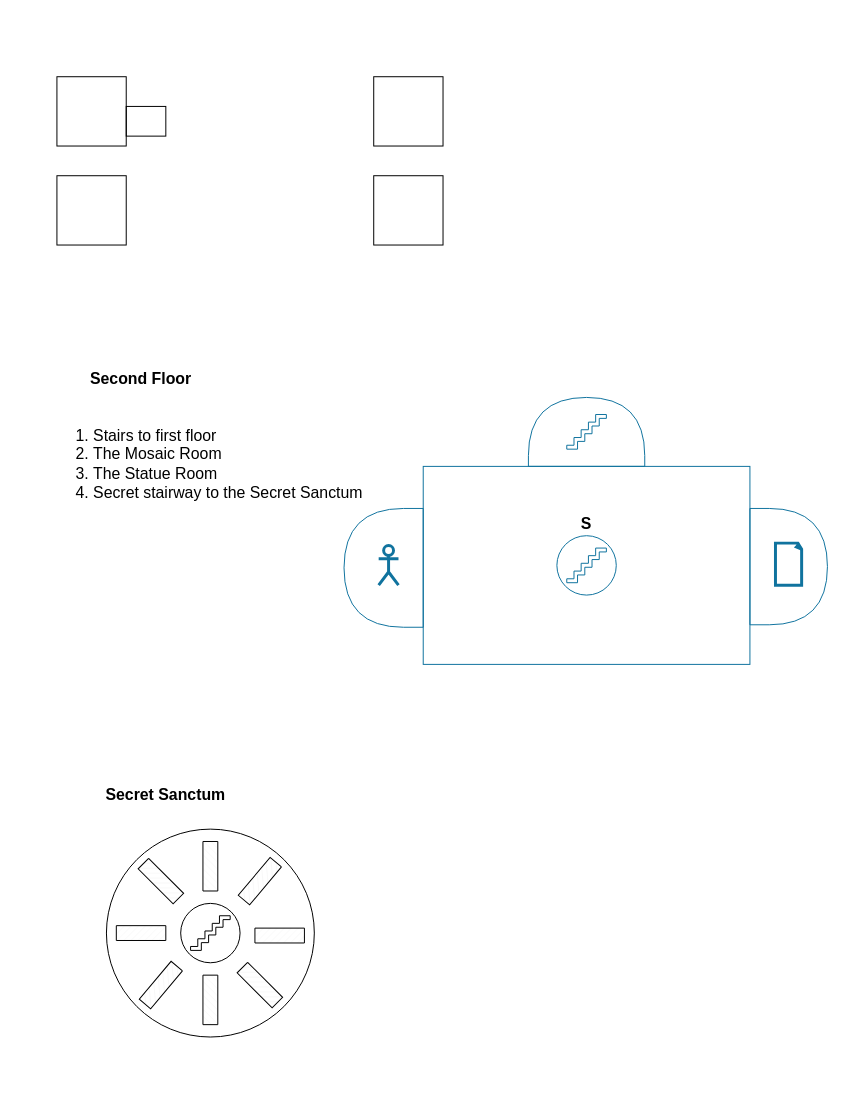
mazarak/games keeps this draw.io diagram as page "chappel" (2 of 2) of chappel.drawio. Above is the earlier version. Source tidied: cells renumbered, new cells numbered last; positions are measured from the earlier drawing's top-left corner, leaving out a move shared by most shapes. Both pictures are drawn from the tidied source at 99%, with x=0, y=0 at pixel (51, 76).
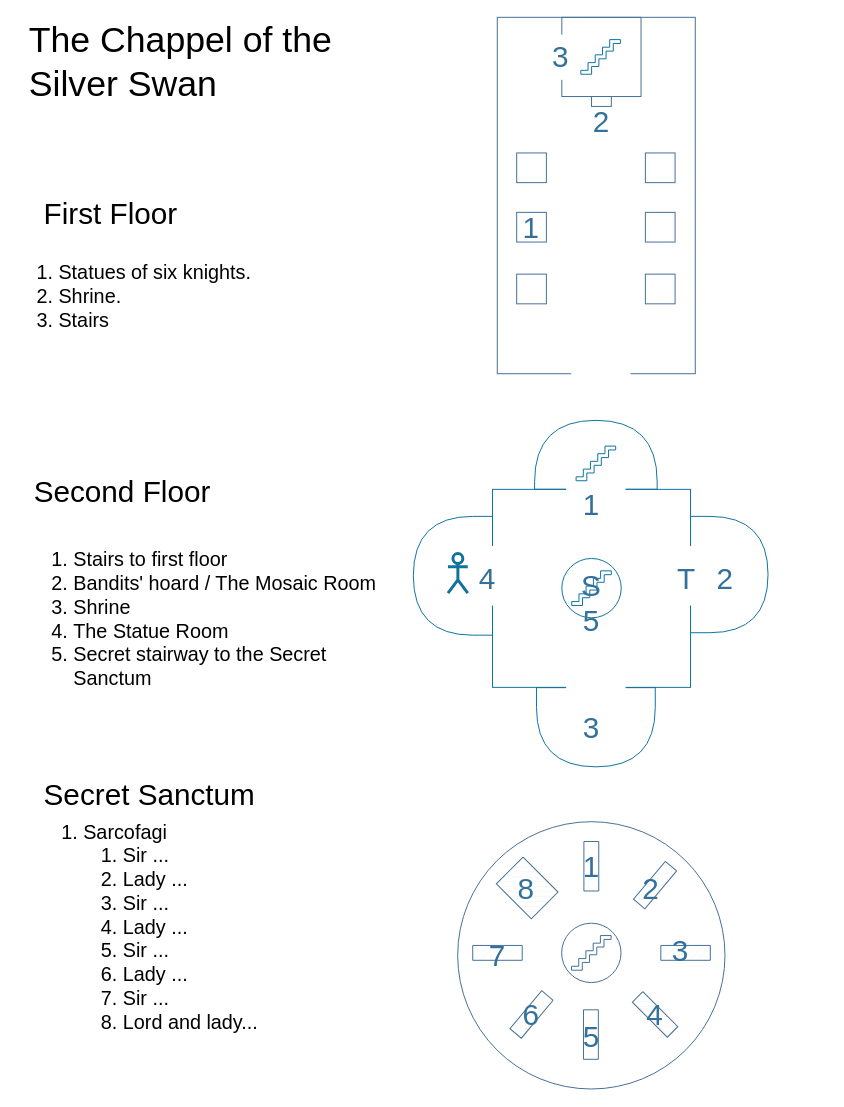
The same diagram, later.

Diff of the diagram source:
```diff
@@
-    <mxCell id="2" style="whiteSpace=wrap;html=1;fillColor=none;" parent="1" vertex="1">
-      <mxGeometry x="325" width="70" height="70" as="geometry" />
-    </mxCell>
-    <mxCell id="3" style="whiteSpace=wrap;html=1;fillColor=none;" parent="1" vertex="1">
-      <mxGeometry x="325" y="100" width="70" height="70" as="geometry" />
-    </mxCell>
-    <mxCell id="4" style="whiteSpace=wrap;html=1;fillColor=none;" parent="1" vertex="1">
-      <mxGeometry x="5" y="100" width="70" height="70" as="geometry" />
-    </mxCell>
-    <mxCell id="5" style="whiteSpace=wrap;html=1;fillColor=none;" parent="1" vertex="1">
-      <mxGeometry x="5" width="70" height="70" as="geometry" />
-    </mxCell>
-    <mxCell id="6" style="rounded=0;whiteSpace=wrap;html=1;fillColor=none;strokeColor=default;" parent="1" vertex="1">
-      <mxGeometry x="75" y="30" width="40" height="30" as="geometry" />
-    </mxCell>
+    <mxCell id="32" style="whiteSpace=wrap;html=1;fillColor=none;strokeColor=#447096;" parent="1" vertex="1">
+      <mxGeometry x="515" y="-60" width="80" height="80" as="geometry" />
+    </mxCell>
-    <mxCell id="7" style="ellipse;whiteSpace=wrap;html=1;" parent="1" vertex="1">
-      <mxGeometry x="55" y="760" width="210" height="210" as="geometry" />
+    <mxCell id="7" style="ellipse;whiteSpace=wrap;html=1;strokeColor=#447096;fillColor=none;" parent="1" vertex="1">
+      <mxGeometry x="409.8" y="752.5" width="270" height="270" as="geometry" />
     </mxCell>
-    <mxCell id="8" style="ellipse;whiteSpace=wrap;html=1;" parent="1" vertex="1">
-      <mxGeometry x="130" y="835" width="60" height="60" as="geometry" />
+    <mxCell id="8" style="ellipse;whiteSpace=wrap;html=1;strokeColor=#447096;" parent="1" vertex="1">
+      <mxGeometry x="514.8" y="855" width="60" height="60" as="geometry" />
     </mxCell>
-    <mxCell id="9" style="verticalLabelPosition=bottom;verticalAlign=top;html=1;shape=mxgraph.basic.patternFillRect;fillStyle=diag;step=5;fillStrokeWidth=0.2;fillStrokeColor=#dddddd;rotation=45;" parent="1" vertex="1">
-      <mxGeometry x="85" y="805" width="50" height="15" as="geometry" />
-    </mxCell>
-    <mxCell id="10" style="verticalLabelPosition=bottom;verticalAlign=top;html=1;shape=mxgraph.basic.patternFillRect;fillStyle=diag;step=5;fillStrokeWidth=0.2;fillStrokeColor=#dddddd;rotation=45;" parent="1" vertex="1">
-      <mxGeometry x="185" y="910" width="50" height="15" as="geometry" />
+    <mxCell id="10" style="verticalLabelPosition=bottom;verticalAlign=top;html=1;shape=mxgraph.basic.patternFillRect;fillStyle=diag;step=5;fillStrokeWidth=0.2;fillStrokeColor=#dddddd;rotation=45;strokeColor=#447096;" parent="1" vertex="1">
+      <mxGeometry x="584.2" y="939.7" width="50" height="15" as="geometry" />
     </mxCell>
-    <mxCell id="11" style="verticalLabelPosition=bottom;verticalAlign=top;html=1;shape=mxgraph.basic.patternFillRect;fillStyle=diag;step=5;fillStrokeWidth=0.2;fillStrokeColor=#dddddd;rotation=-230;" parent="1" vertex="1">
-      <mxGeometry x="185" y="805" width="50" height="15" as="geometry" />
+    <mxCell id="11" style="verticalLabelPosition=bottom;verticalAlign=top;html=1;shape=mxgraph.basic.patternFillRect;fillStyle=diag;step=5;fillStrokeWidth=0.2;fillStrokeColor=#dddddd;rotation=-230;strokeColor=#447096;" parent="1" vertex="1">
+      <mxGeometry x="584.2" y="809" width="50" height="15" as="geometry" />
     </mxCell>
-    <mxCell id="12" style="verticalLabelPosition=bottom;verticalAlign=top;html=1;shape=mxgraph.basic.patternFillRect;fillStyle=diag;step=5;fillStrokeWidth=0.2;fillStrokeColor=#dddddd;rotation=90;" parent="1" vertex="1">
-      <mxGeometry x="135" y="790" width="50" height="15" as="geometry" />
+    <mxCell id="12" style="verticalLabelPosition=bottom;verticalAlign=top;html=1;shape=mxgraph.basic.patternFillRect;fillStyle=diag;step=5;fillStrokeWidth=0.2;fillStrokeColor=#dddddd;rotation=90;strokeColor=#447096;" parent="1" vertex="1">
+      <mxGeometry x="519.8" y="790" width="50" height="15" as="geometry" />
     </mxCell>
-    <mxCell id="13" style="verticalLabelPosition=bottom;verticalAlign=top;html=1;shape=mxgraph.basic.patternFillRect;fillStyle=diag;step=5;fillStrokeWidth=0.2;fillStrokeColor=#dddddd;rotation=90;" parent="1" vertex="1">
-      <mxGeometry x="135" y="925" width="50" height="15" as="geometry" />
+    <mxCell id="13" style="verticalLabelPosition=bottom;verticalAlign=top;html=1;shape=mxgraph.basic.patternFillRect;fillStyle=diag;step=5;fillStrokeWidth=0.2;fillStrokeColor=#dddddd;rotation=90;strokeColor=#447096;" parent="1" vertex="1">
+      <mxGeometry x="519.4" y="960" width="50" height="15" as="geometry" />
     </mxCell>
-    <mxCell id="14" style="verticalLabelPosition=bottom;verticalAlign=top;html=1;shape=mxgraph.basic.patternFillRect;fillStyle=diag;step=5;fillStrokeWidth=0.2;fillStrokeColor=#dddddd;rotation=-180;" parent="1" vertex="1">
-      <mxGeometry x="65" y="857.5" width="50" height="15" as="geometry" />
+    <mxCell id="14" style="verticalLabelPosition=bottom;verticalAlign=top;html=1;shape=mxgraph.basic.patternFillRect;fillStyle=diag;step=5;fillStrokeWidth=0.2;fillStrokeColor=#dddddd;rotation=-180;strokeColor=#447096;" parent="1" vertex="1">
+      <mxGeometry x="425" y="877.5" width="50" height="15" as="geometry" />
     </mxCell>
-    <mxCell id="15" style="verticalLabelPosition=bottom;verticalAlign=top;html=1;shape=mxgraph.basic.patternFillRect;fillStyle=diag;step=5;fillStrokeWidth=0.2;fillStrokeColor=#dddddd;rotation=-180;" parent="1" vertex="1">
-      <mxGeometry x="205" y="860" width="50" height="15" as="geometry" />
+    <mxCell id="15" style="verticalLabelPosition=bottom;verticalAlign=top;html=1;shape=mxgraph.basic.patternFillRect;fillStyle=diag;step=5;fillStrokeWidth=0.2;fillStrokeColor=#dddddd;rotation=-180;strokeColor=#447096;" parent="1" vertex="1">
+      <mxGeometry x="615" y="877.5" width="50" height="15" as="geometry" />
     </mxCell>
-    <mxCell id="16" style="verticalLabelPosition=bottom;verticalAlign=top;html=1;shape=mxgraph.basic.patternFillRect;fillStyle=diag;step=5;fillStrokeWidth=0.2;fillStrokeColor=#dddddd;rotation=-230;" parent="1" vertex="1">
-      <mxGeometry x="85" y="910" width="50" height="15" as="geometry" />
+    <mxCell id="16" style="verticalLabelPosition=bottom;verticalAlign=top;html=1;shape=mxgraph.basic.patternFillRect;fillStyle=diag;step=5;fillStrokeWidth=0.2;fillStrokeColor=#dddddd;rotation=-230;strokeColor=#447096;" parent="1" vertex="1">
+      <mxGeometry x="459.4" y="939.7" width="50" height="15" as="geometry" />
     </mxCell>
-    <mxCell id="17" style="shape=mxgraph.signs.travel.stairs;html=1;verticalLabelPosition=bottom;verticalAlign=top;align=center;" parent="1" vertex="1">
-      <mxGeometry x="140" y="847.5" width="40" height="35" as="geometry" />
+    <mxCell id="17" style="shape=mxgraph.signs.travel.stairs;html=1;verticalLabelPosition=bottom;verticalAlign=top;align=center;strokeColor=#447096;" parent="1" vertex="1">
+      <mxGeometry x="524.8" y="867.5" width="40" height="35" as="geometry" />
     </mxCell>
-    <mxCell id="18" value="Secret Sanctum" style="text;strokeColor=none;align=center;fillColor=none;html=1;verticalAlign=middle;whiteSpace=wrap;rounded=0;fontSize=16;fontStyle=1;" parent="1" vertex="1">
-      <mxGeometry x="35" y="710" width="160" height="30" as="geometry" />
+    <mxCell id="18" value="&lt;font style=&quot;font-size: 30px;&quot;&gt;Secret Sanctum&lt;/font&gt;" style="text;strokeColor=none;align=left;fillColor=none;html=1;verticalAlign=middle;whiteSpace=wrap;rounded=0;fontSize=16;fontStyle=0;" parent="1" vertex="1">
+      <mxGeometry x="-10" y="710.3" width="290" height="30" as="geometry" />
     </mxCell>
     <mxCell id="19" style="rounded=0;whiteSpace=wrap;html=1;strokeColor=#10739e;fillColor=none;" parent="1" vertex="1">
-      <mxGeometry x="375" y="393.6" width="330" height="200" as="geometry" />
+      <mxGeometry x="445" y="416.8" width="200" height="200" as="geometry" />
     </mxCell>
     <mxCell id="20" style="group;strokeColor=none;fillColor=none;" parent="1" vertex="1">
-      <mxGeometry x="510" y="463.6" width="60" height="60" as="geometry" />
+      <mxGeometry x="515" y="486.6" width="60" height="77.5" as="geometry" />
     </mxCell>
@@
+    <mxCell id="27" value="&lt;font style=&quot;font-size: 30px;&quot;&gt;&lt;span style=&quot;font-size: 30px;&quot;&gt;S&lt;/span&gt;&lt;/font&gt;" style="text;strokeColor=none;align=center;fillColor=none;html=1;verticalAlign=middle;whiteSpace=wrap;rounded=0;fontColor=#34719a;fontSize=30;fontStyle=0;" parent="20" vertex="1">
+      <mxGeometry y="12.5" width="60" height="30" as="geometry" />
+    </mxCell>
+    <mxCell id="33" value="&lt;div&gt;5&lt;/div&gt;" style="text;strokeColor=none;align=center;fillColor=none;html=1;verticalAlign=middle;whiteSpace=wrap;rounded=0;fontColor=#34719a;fontSize=30;fontStyle=0;" parent="20" vertex="1">
+      <mxGeometry y="47.5" width="60" height="30" as="geometry" />
+    </mxCell>
     <mxCell id="23" style="shape=delay;whiteSpace=wrap;html=1;strokeColor=#10739e;fillColor=none;" parent="1" vertex="1">
-      <mxGeometry x="705" y="436.1" width="78.3" height="117.5" as="geometry" />
+      <mxGeometry x="645" y="444.1" width="78.3" height="117.5" as="geometry" />
     </mxCell>
     <mxCell id="24" style="shape=delay;whiteSpace=wrap;html=1;rotation=-180;strokeColor=#10739e;fillColor=none;" parent="1" vertex="1">
-      <mxGeometry x="295" y="436.1" width="80" height="120" as="geometry" />
+      <mxGeometry x="365" y="444.1" width="80" height="120" as="geometry" />
     </mxCell>
     <mxCell id="25" style="shape=delay;whiteSpace=wrap;html=1;rotation=-90;strokeColor=#10739e;fillColor=none;" parent="1" vertex="1">
-      <mxGeometry x="505.2" y="300" width="69.6" height="117.5" as="geometry" />
+      <mxGeometry x="514.6" y="320" width="69.6" height="123.8" as="geometry" />
     </mxCell>
-    <mxCell id="26" style="shape=mxgraph.signs.travel.stairs;html=1;verticalLabelPosition=bottom;verticalAlign=top;align=center;strokeColor=#10739e;fillColor=none;" parent="1" vertex="1">
-      <mxGeometry x="520" y="341.2" width="40" height="35" as="geometry" />
-    </mxCell>
-    <mxCell id="27" value="&lt;font style=&quot;font-size: 16px;&quot;&gt;&lt;b&gt;S&lt;/b&gt;&lt;/font&gt;" style="text;strokeColor=none;align=center;fillColor=none;html=1;verticalAlign=middle;whiteSpace=wrap;rounded=0;" parent="1" vertex="1">
-      <mxGeometry x="510" y="436.1" width="60" height="30" as="geometry" />
-    </mxCell>
     <mxCell id="28" style="shape=umlActor;verticalLabelPosition=bottom;verticalAlign=top;html=1;strokeWidth=3;strokeColor=#10739e;fillColor=none;" parent="1" vertex="1">
-      <mxGeometry x="330" y="473.6" width="20" height="40" as="geometry" />
+      <mxGeometry x="400" y="481.6" width="20" height="40" as="geometry" />
     </mxCell>
-    <mxCell id="29" style="whiteSpace=wrap;html=1;shape=mxgraph.basic.document;strokeWidth=3;strokeColor=#10739e;fillColor=none;" parent="1" vertex="1">
-      <mxGeometry x="730.8" y="471.1" width="26.7" height="42.5" as="geometry" />
-    </mxCell>
-    <mxCell id="30" value="Second Floor" style="text;strokeColor=none;align=center;fillColor=none;html=1;verticalAlign=middle;whiteSpace=wrap;rounded=0;fontSize=16;fontStyle=1;" parent="1" vertex="1">
-      <mxGeometry x="10" y="290" width="160" height="30" as="geometry" />
+    <mxCell id="30" value="Second Floor" style="text;strokeColor=none;align=left;fillColor=none;html=1;verticalAlign=middle;whiteSpace=wrap;rounded=0;fontSize=30;fontStyle=0;" parent="1" vertex="1">
+      <mxGeometry x="-20" y="404.2" width="305" height="30" as="geometry" />
     </mxCell>
-    <mxCell id="31" value="&lt;ol&gt;&lt;li align=&quot;left&quot;&gt;Stairs to first floor&lt;/li&gt;&lt;li align=&quot;left&quot;&gt;The Mosaic Room&lt;/li&gt;&lt;li align=&quot;left&quot;&gt;The Statue Room&lt;/li&gt;&lt;li align=&quot;left&quot;&gt;Secret stairway to the Secret Sanctum&lt;br&gt;&lt;/li&gt;&lt;/ol&gt;" style="text;strokeColor=none;align=left;fillColor=none;html=1;verticalAlign=middle;whiteSpace=wrap;rounded=0;fontSize=16;" parent="1" vertex="1">
-      <mxGeometry y="330" width="315" height="122.4" as="geometry" />
+    <mxCell id="31" value="&lt;ol style=&quot;font-size: 20px;&quot;&gt;&lt;li style=&quot;font-size: 20px;&quot;&gt;Stairs to first floor&lt;/li&gt;&lt;li style=&quot;font-size: 20px;&quot;&gt;Bandits' hoard / The Mosaic Room&lt;/li&gt;&lt;li style=&quot;font-size: 20px;&quot;&gt;Shrine&lt;br&gt;&lt;/li&gt;&lt;li style=&quot;font-size: 20px;&quot;&gt;The Statue Room&lt;/li&gt;&lt;li style=&quot;font-size: 20px;&quot;&gt;Secret stairway to the Secret Sanctum&lt;br style=&quot;font-size: 20px;&quot;&gt;&lt;/li&gt;&lt;/ol&gt;" style="text;strokeColor=none;align=left;fillColor=none;html=1;verticalAlign=middle;whiteSpace=wrap;rounded=0;fontSize=20;" parent="1" vertex="1">
+      <mxGeometry x="-20" y="474.1" width="355" height="145.8" as="geometry" />
     </mxCell>
+    <mxCell id="34" style="shape=delay;whiteSpace=wrap;html=1;rotation=90;strokeColor=#10739e;fillColor=none;" parent="1" vertex="1">
+      <mxGeometry x="509.4" y="597.1" width="80" height="120" as="geometry" />
+    </mxCell>
+    <mxCell id="35" style="rounded=0;whiteSpace=wrap;html=1;gradientColor=none;strokeColor=none;" parent="1" vertex="1">
+      <mxGeometry x="425" y="474.1" width="30" height="60" as="geometry" />
+    </mxCell>
+    <mxCell id="36" style="rounded=0;whiteSpace=wrap;html=1;gradientColor=none;strokeColor=none;" parent="1" vertex="1">
+      <mxGeometry x="625" y="474.1" width="30" height="60" as="geometry" />
+    </mxCell>
+    <mxCell id="37" style="rounded=0;whiteSpace=wrap;html=1;gradientColor=none;strokeColor=none;rotation=90;" parent="1" vertex="1">
+      <mxGeometry x="534.4" y="583.1" width="30" height="60" as="geometry" />
+    </mxCell>
+    <mxCell id="38" style="rounded=0;whiteSpace=wrap;html=1;gradientColor=none;strokeColor=none;rotation=90;" parent="1" vertex="1">
+      <mxGeometry x="534.4" y="384.1" width="30" height="60" as="geometry" />
+    </mxCell>
+    <mxCell id="26" style="shape=mxgraph.signs.travel.stairs;html=1;verticalLabelPosition=bottom;verticalAlign=top;align=center;strokeColor=#10739e;fillColor=none;" parent="1" vertex="1">
+      <mxGeometry x="529.4" y="373.1" width="40" height="35" as="geometry" />
+    </mxCell>
+    <mxCell id="39" value="&lt;ol style=&quot;font-size: 20px;&quot;&gt;&lt;li align=&quot;left&quot; style=&quot;font-size: 20px;&quot;&gt;Sarcofagi&lt;span style=&quot;white-space: pre;&quot;&gt;&#9;&lt;/span&gt;&lt;/li&gt;&lt;ol&gt;&lt;li align=&quot;left&quot; style=&quot;font-size: 20px;&quot;&gt;Sir ...&lt;br&gt;&lt;/li&gt;&lt;li align=&quot;left&quot; style=&quot;font-size: 20px;&quot;&gt;Lady ...&lt;br&gt;&lt;/li&gt;&lt;li align=&quot;left&quot; style=&quot;font-size: 20px;&quot;&gt;Sir ...&lt;br&gt;&lt;/li&gt;&lt;li align=&quot;left&quot; style=&quot;font-size: 20px;&quot;&gt;Lady ...&lt;br&gt;&lt;/li&gt;&lt;li align=&quot;left&quot; style=&quot;font-size: 20px;&quot;&gt;Sir ...&lt;br&gt;&lt;/li&gt;&lt;li align=&quot;left&quot; style=&quot;font-size: 20px;&quot;&gt;Lady ...&lt;br&gt;&lt;/li&gt;&lt;li align=&quot;left&quot; style=&quot;font-size: 20px;&quot;&gt;Sir ...&lt;/li&gt;&lt;li align=&quot;left&quot; style=&quot;font-size: 20px;&quot;&gt;Lord and lady...&lt;/li&gt;&lt;/ol&gt;&lt;/ol&gt;" style="text;strokeColor=none;align=left;fillColor=none;html=1;verticalAlign=middle;whiteSpace=wrap;rounded=0;fontSize=20;" parent="1" vertex="1">
+      <mxGeometry x="-10" y="761" width="285" height="193.7" as="geometry" />
+    </mxCell>
+    <mxCell id="40" value="First Floor" style="text;strokeColor=none;align=left;fillColor=none;html=1;verticalAlign=middle;whiteSpace=wrap;rounded=0;fontSize=30;fontStyle=0;" parent="1" vertex="1">
+      <mxGeometry x="-10" y="123" width="305" height="30" as="geometry" />
+    </mxCell>
+    <mxCell id="41" value="&lt;ol style=&quot;font-size: 20px;&quot;&gt;&lt;li style=&quot;font-size: 20px;&quot;&gt;Statues of six knights.&lt;/li&gt;&lt;li style=&quot;font-size: 20px;&quot;&gt;Shrine.&lt;/li&gt;&lt;li style=&quot;font-size: 20px;&quot;&gt;Stairs&lt;/li&gt;&lt;/ol&gt;" style="text;strokeColor=none;align=left;fillColor=none;html=1;verticalAlign=middle;whiteSpace=wrap;rounded=0;fontSize=20;" parent="1" vertex="1">
+      <mxGeometry x="-35" y="160" width="285" height="122.4" as="geometry" />
+    </mxCell>
+    <mxCell id="42" style="rounded=0;whiteSpace=wrap;html=1;strokeColor=#447097;fillColor=none;" parent="1" vertex="1">
+      <mxGeometry x="449.8" y="-60" width="200" height="360" as="geometry" />
+    </mxCell>
+    <mxCell id="43" style="shape=mxgraph.signs.travel.stairs;html=1;verticalLabelPosition=bottom;verticalAlign=top;align=center;strokeColor=#10739e;fillColor=none;" parent="1" vertex="1">
+      <mxGeometry x="534.2" y="-37.5" width="40" height="35" as="geometry" />
+    </mxCell>
+    <mxCell id="44" style="whiteSpace=wrap;html=1;strokeColor=#447097;" parent="1" vertex="1">
+      <mxGeometry x="469.4" y="77" width="30" height="30" as="geometry" />
+    </mxCell>
+    <mxCell id="45" style="whiteSpace=wrap;html=1;strokeColor=#447097;" parent="1" vertex="1">
+      <mxGeometry x="469.4" y="137" width="30" height="30" as="geometry" />
+    </mxCell>
+    <mxCell id="46" style="whiteSpace=wrap;html=1;strokeColor=#447097;" parent="1" vertex="1">
+      <mxGeometry x="469.4" y="199.4" width="30" height="30" as="geometry" />
+    </mxCell>
+    <mxCell id="47" style="whiteSpace=wrap;html=1;strokeColor=#447097;" parent="1" vertex="1">
+      <mxGeometry x="599.4" y="77" width="30" height="30" as="geometry" />
+    </mxCell>
+    <mxCell id="48" style="whiteSpace=wrap;html=1;strokeColor=#447097;" parent="1" vertex="1">
+      <mxGeometry x="599.4" y="137" width="30" height="30" as="geometry" />
+    </mxCell>
+    <mxCell id="49" style="whiteSpace=wrap;html=1;strokeColor=#447097;" parent="1" vertex="1">
+      <mxGeometry x="599.4" y="199.4" width="30" height="30" as="geometry" />
+    </mxCell>
+    <mxCell id="50" style="rounded=0;whiteSpace=wrap;html=1;gradientColor=none;strokeColor=none;rotation=90;" parent="1" vertex="1">
+      <mxGeometry x="539.4" y="260" width="30" height="60" as="geometry" />
+    </mxCell>
+    <mxCell id="51" value="The Chappel of the Silver Swan" style="text;strokeColor=none;align=left;fillColor=none;html=1;verticalAlign=middle;whiteSpace=wrap;rounded=0;fontSize=36;fontStyle=0;" parent="1" vertex="1">
+      <mxGeometry x="-25" y="-60" width="390" height="90" as="geometry" />
+    </mxCell>
+    <mxCell id="52" value="T" style="text;strokeColor=none;align=center;fillColor=none;html=1;verticalAlign=middle;whiteSpace=wrap;rounded=0;fontColor=#34719a;fontSize=30;fontStyle=0;" parent="1" vertex="1">
+      <mxGeometry x="610.8" y="491.6" width="60" height="30" as="geometry" />
+    </mxCell>
+    <mxCell id="53" value="1" style="text;strokeColor=none;align=center;fillColor=none;html=1;verticalAlign=middle;whiteSpace=wrap;rounded=0;fontColor=#34719a;fontSize=30;fontStyle=0;" parent="1" vertex="1">
+      <mxGeometry x="454.4" y="137" width="60" height="30" as="geometry" />
+    </mxCell>
+    <mxCell id="54" value="1" style="text;strokeColor=none;align=center;fillColor=none;html=1;verticalAlign=middle;whiteSpace=wrap;rounded=0;fontColor=#34719a;fontSize=30;fontStyle=0;" parent="1" vertex="1">
+      <mxGeometry x="515" y="416.8" width="60" height="30" as="geometry" />
+    </mxCell>
+    <mxCell id="55" value="2" style="text;strokeColor=none;align=center;fillColor=none;html=1;verticalAlign=middle;whiteSpace=wrap;rounded=0;fontColor=#34719a;fontSize=30;fontStyle=0;" parent="1" vertex="1">
+      <mxGeometry x="649.8" y="491.6" width="60" height="30" as="geometry" />
+    </mxCell>
+    <mxCell id="56" value="3" style="text;strokeColor=none;align=center;fillColor=none;html=1;verticalAlign=middle;whiteSpace=wrap;rounded=0;fontColor=#34719a;fontSize=30;fontStyle=0;" parent="1" vertex="1">
+      <mxGeometry x="515" y="642.1" width="60" height="30" as="geometry" />
+    </mxCell>
+    <mxCell id="57" value="4" style="text;strokeColor=none;align=center;fillColor=none;html=1;verticalAlign=middle;whiteSpace=wrap;rounded=0;fontColor=#34719a;fontSize=30;fontStyle=0;" parent="1" vertex="1">
+      <mxGeometry x="410" y="491.6" width="60" height="30" as="geometry" />
+    </mxCell>
+    <mxCell id="58" value="1" style="text;strokeColor=none;align=center;fillColor=none;html=1;verticalAlign=middle;whiteSpace=wrap;rounded=0;fontColor=#34719a;fontSize=30;fontStyle=0;" parent="1" vertex="1">
+      <mxGeometry x="514.6" y="782.5" width="60" height="30" as="geometry" />
+    </mxCell>
+    <mxCell id="59" value="2" style="text;strokeColor=none;align=center;fillColor=none;html=1;verticalAlign=middle;whiteSpace=wrap;rounded=0;fontColor=#34719a;fontSize=30;fontStyle=0;" parent="1" vertex="1">
+      <mxGeometry x="575" y="805" width="60" height="30" as="geometry" />
+    </mxCell>
+    <mxCell id="60" value="3" style="text;strokeColor=none;align=center;fillColor=none;html=1;verticalAlign=middle;whiteSpace=wrap;rounded=0;fontColor=#34719a;fontSize=30;fontStyle=0;" parent="1" vertex="1">
+      <mxGeometry x="605" y="867.5" width="60" height="30" as="geometry" />
+    </mxCell>
+    <mxCell id="61" value="4" style="text;strokeColor=none;align=center;fillColor=none;html=1;verticalAlign=middle;whiteSpace=wrap;rounded=0;fontColor=#34719a;fontSize=30;fontStyle=0;" parent="1" vertex="1">
+      <mxGeometry x="579.2" y="932.2" width="60" height="30" as="geometry" />
+    </mxCell>
+    <mxCell id="62" value="5" style="text;strokeColor=none;align=center;fillColor=none;html=1;verticalAlign=middle;whiteSpace=wrap;rounded=0;fontColor=#34719a;fontSize=30;fontStyle=0;" parent="1" vertex="1">
+      <mxGeometry x="515" y="954.7" width="60" height="30" as="geometry" />
+    </mxCell>
+    <mxCell id="63" value="6" style="text;strokeColor=none;align=center;fillColor=none;html=1;verticalAlign=middle;whiteSpace=wrap;rounded=0;fontColor=#34719a;fontSize=30;fontStyle=0;" parent="1" vertex="1">
+      <mxGeometry x="454.4" y="932.2" width="60" height="30" as="geometry" />
+    </mxCell>
+    <mxCell id="64" value="7" style="text;strokeColor=none;align=center;fillColor=none;html=1;verticalAlign=middle;whiteSpace=wrap;rounded=0;fontColor=#34719a;fontSize=30;fontStyle=0;" parent="1" vertex="1">
+      <mxGeometry x="420" y="872.5" width="60" height="30" as="geometry" />
+    </mxCell>
+    <mxCell id="65" style="verticalLabelPosition=bottom;verticalAlign=top;html=1;shape=mxgraph.basic.patternFillRect;fillStyle=diag;step=5;fillStrokeWidth=0.2;fillStrokeColor=#dddddd;rotation=45;strokeColor=#447096;" parent="1" vertex="1">
+      <mxGeometry x="455" y="800.3" width="50" height="38.2" as="geometry" />
+    </mxCell>
+    <mxCell id="66" value="8" style="text;strokeColor=none;align=center;fillColor=none;html=1;verticalAlign=middle;whiteSpace=wrap;rounded=0;fontColor=#34719a;fontSize=30;fontStyle=0;" parent="1" vertex="1">
+      <mxGeometry x="449.4" y="805" width="60" height="30" as="geometry" />
+    </mxCell>
+    <mxCell id="67" style="rounded=0;whiteSpace=wrap;html=1;gradientColor=none;strokeColor=none;rotation=90;" parent="1" vertex="1">
+      <mxGeometry x="491.5" y="-29.7" width="45.6" height="20" as="geometry" />
+    </mxCell>
+    <mxCell id="68" value="3" style="text;strokeColor=none;align=center;fillColor=none;html=1;verticalAlign=middle;whiteSpace=wrap;rounded=0;fontColor=#34719a;fontSize=30;fontStyle=0;" parent="1" vertex="1">
+      <mxGeometry x="484.4" y="-34.7" width="60" height="30" as="geometry" />
+    </mxCell>
+    <mxCell id="69" value="2" style="text;strokeColor=none;align=center;fillColor=none;html=1;verticalAlign=middle;whiteSpace=wrap;rounded=0;fontColor=#34719a;fontSize=30;fontStyle=0;" parent="1" vertex="1">
+      <mxGeometry x="525" y="30" width="60" height="30" as="geometry" />
+    </mxCell>
+    <mxCell id="70" style="rounded=0;whiteSpace=wrap;html=1;strokeColor=#447097;" parent="1" vertex="1">
+      <mxGeometry x="545" y="20" width="20" height="10" as="geometry" />
+    </mxCell>
```
